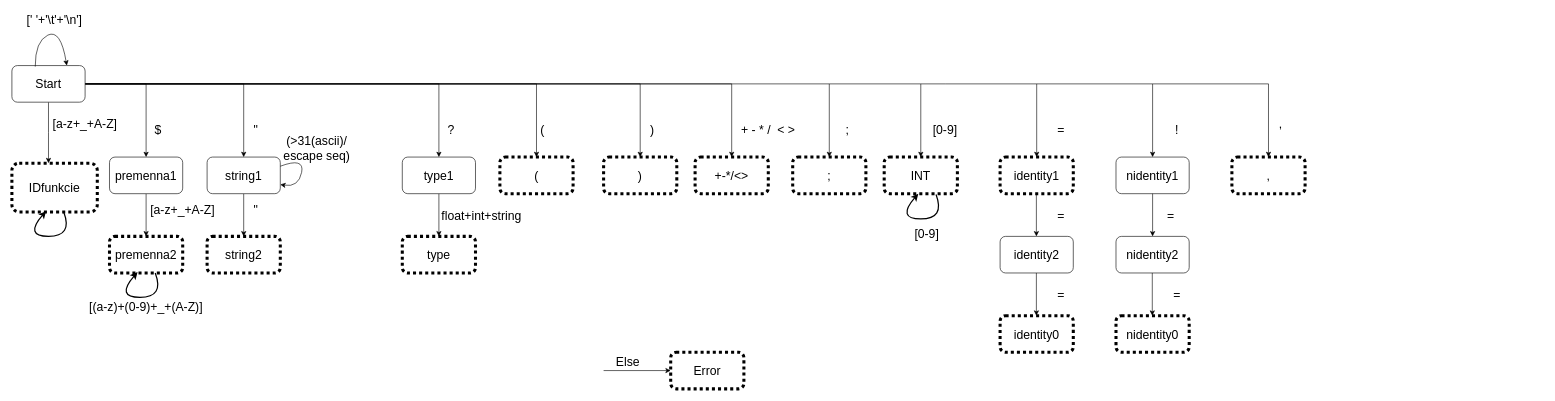
The draw.io diagram StateMachine/StateMachinev3.drawio in RatsAreNice/IFJ-2022, before the edit. Source tidied: cells renumbered, new cells numbered last; positions are measured from the earlier drawing's top-left corner, leaving out a move shared by most shapes. Both pictures are drawn from the tidied source at 61%, with x=0, y=0 at pixel (12, 10).
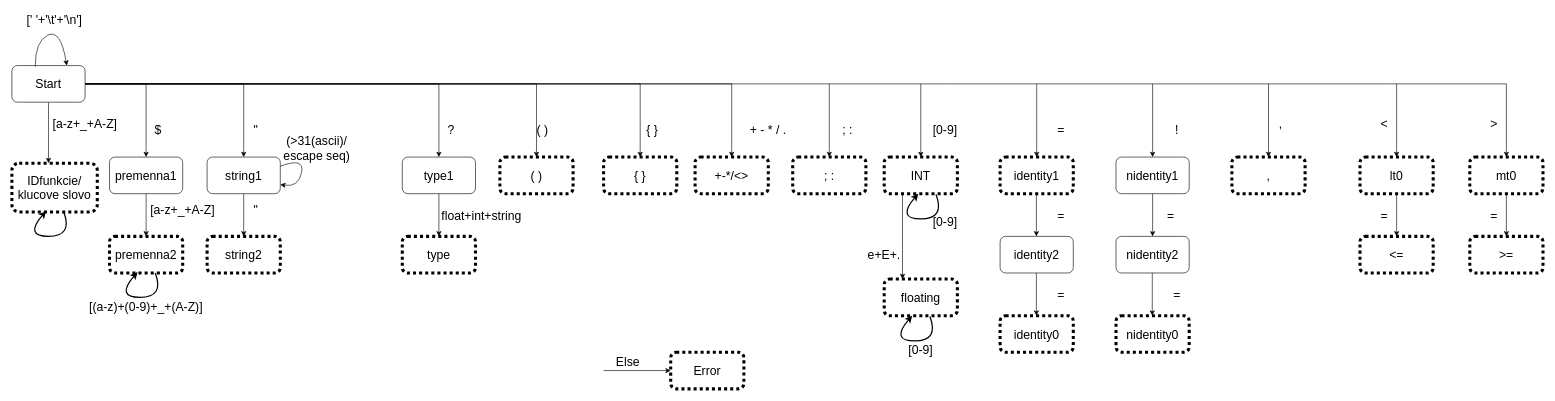
The same page after the edit.

Commit message (it also covers changes not shown here):
state machine

Unchanged cells that the change refers to:
```xml
<mxCell id="28" value="INT" style="rounded=1;whiteSpace=wrap;html=1;dashed=1;dashPattern=1 1;strokeWidth=5;fontSize=20;" parent="1" vertex="1">
  <mxGeometry x="1430" y="240" width="120" height="60" as="geometry" />
</mxCell>
```

What changed in the source:
```diff
@@
-    <mxCell id="17" value="&lt;font style=&quot;font-size: 20px;&quot;&gt;(&lt;/font&gt;" style="rounded=1;whiteSpace=wrap;html=1;strokeWidth=5;dashed=1;dashPattern=1 1;" parent="1" vertex="1">
+    <mxCell id="17" value="&lt;font style=&quot;font-size: 20px;&quot;&gt;( )&lt;/font&gt;" style="rounded=1;whiteSpace=wrap;html=1;strokeWidth=5;dashed=1;dashPattern=1 1;" parent="1" vertex="1">
       <mxGeometry x="800" y="240" width="120" height="60" as="geometry" />
     </mxCell>
-    <mxCell id="18" value="&lt;font style=&quot;font-size: 20px;&quot;&gt;)&lt;/font&gt;" style="rounded=1;whiteSpace=wrap;html=1;strokeWidth=5;dashed=1;dashPattern=1 1;" parent="1" vertex="1">
+    <mxCell id="18" value="&lt;font style=&quot;font-size: 20px;&quot;&gt;{ }&lt;/font&gt;" style="rounded=1;whiteSpace=wrap;html=1;strokeWidth=5;dashed=1;dashPattern=1 1;" parent="1" vertex="1">
       <mxGeometry x="970" y="240" width="120" height="60" as="geometry" />
     </mxCell>
@@
-    <mxCell id="20" value=";" style="rounded=1;whiteSpace=wrap;html=1;dashed=1;dashPattern=1 1;strokeWidth=5;fontSize=20;" parent="1" vertex="1">
+    <mxCell id="20" value="; :" style="rounded=1;whiteSpace=wrap;html=1;dashed=1;dashPattern=1 1;strokeWidth=5;fontSize=20;" parent="1" vertex="1">
       <mxGeometry x="1280" y="240" width="120" height="60" as="geometry" />
     </mxCell>
@@
-    <mxCell id="43" value="IDfunkcie" style="rounded=1;whiteSpace=wrap;html=1;strokeWidth=5;fontSize=20;dashed=1;dashPattern=1 1;" parent="1" vertex="1">
+    <mxCell id="43" value="&lt;div&gt;IDfunkcie/&lt;/div&gt;&lt;div&gt;klucove slovo&lt;br&gt;&lt;/div&gt;" style="rounded=1;whiteSpace=wrap;html=1;strokeWidth=5;fontSize=20;dashed=1;dashPattern=1 1;" parent="1" vertex="1">
       <mxGeometry y="250" width="140" height="80" as="geometry" />
     </mxCell>
@@
-    <mxCell id="52" value="(" style="text;html=1;strokeColor=none;fillColor=none;align=center;verticalAlign=middle;whiteSpace=wrap;rounded=0;fontSize=20;" parent="1" vertex="1">
+    <mxCell id="52" value="( )" style="text;html=1;strokeColor=none;fillColor=none;align=center;verticalAlign=middle;whiteSpace=wrap;rounded=0;fontSize=20;" parent="1" vertex="1">
       <mxGeometry x="840" y="180" width="60" height="30" as="geometry" />
     </mxCell>
-    <mxCell id="53" value=")" style="text;html=1;strokeColor=none;fillColor=none;align=center;verticalAlign=middle;whiteSpace=wrap;rounded=0;fontSize=20;" parent="1" vertex="1">
+    <mxCell id="53" value="{ }" style="text;html=1;strokeColor=none;fillColor=none;align=center;verticalAlign=middle;whiteSpace=wrap;rounded=0;fontSize=20;" parent="1" vertex="1">
       <mxGeometry x="1020" y="180" width="60" height="30" as="geometry" />
     </mxCell>
-    <mxCell id="54" value="+ - * /&amp;nbsp; &amp;lt; &amp;gt;" style="text;html=1;strokeColor=none;fillColor=none;align=center;verticalAlign=middle;whiteSpace=wrap;rounded=0;fontSize=20;" parent="1" vertex="1">
+    <mxCell id="54" value="+ - * / ." style="text;html=1;strokeColor=none;fillColor=none;align=center;verticalAlign=middle;whiteSpace=wrap;rounded=0;fontSize=20;" parent="1" vertex="1">
       <mxGeometry x="1190" y="180" width="100" height="30" as="geometry" />
     </mxCell>
-    <mxCell id="55" value=";" style="text;html=1;strokeColor=none;fillColor=none;align=center;verticalAlign=middle;whiteSpace=wrap;rounded=0;fontSize=20;" parent="1" vertex="1">
+    <mxCell id="55" value="; :" style="text;html=1;strokeColor=none;fillColor=none;align=center;verticalAlign=middle;whiteSpace=wrap;rounded=0;fontSize=20;" parent="1" vertex="1">
       <mxGeometry x="1340" y="180" width="60" height="30" as="geometry" />
     </mxCell>
@@
     <mxCell id="65" value="[0-9]" style="text;html=1;strokeColor=none;fillColor=none;align=center;verticalAlign=middle;whiteSpace=wrap;rounded=0;fontSize=20;" parent="1" vertex="1">
-      <mxGeometry x="1470" y="350" width="60" height="30" as="geometry" />
+      <mxGeometry x="1500" y="330" width="60" height="30" as="geometry" />
     </mxCell>
@@
+    <mxCell id="73" style="endArrow=classic;html=1;rounded=0;exitX=0.25;exitY=1;exitDx=0;exitDy=0;" parent="1" edge="1" source="28">
+      <mxGeometry relative="1" as="geometry">
+        <mxPoint x="1460" y="440" as="targetPoint" />
+      </mxGeometry>
+    </mxCell>
+    <mxCell id="74" value="e+E+." style="text;html=1;strokeColor=none;fillColor=none;align=center;verticalAlign=middle;whiteSpace=wrap;rounded=0;fontSize=20;" parent="1" vertex="1">
+      <mxGeometry x="1390" y="385" width="80" height="30" as="geometry" />
+    </mxCell>
+    <mxCell id="75" value="floating" style="rounded=1;whiteSpace=wrap;html=1;dashed=1;dashPattern=1 1;strokeWidth=5;fontSize=20;" parent="1" vertex="1">
+      <mxGeometry x="1430" y="440" width="120" height="60" as="geometry" />
+    </mxCell>
+    <mxCell id="76" value="[0-9]" style="text;html=1;strokeColor=none;fillColor=none;align=center;verticalAlign=middle;whiteSpace=wrap;rounded=0;fontSize=20;" parent="1" vertex="1">
+      <mxGeometry x="1460" y="540" width="60" height="30" as="geometry" />
+    </mxCell>
+    <mxCell id="77" style="curved=1;endArrow=classic;html=1;rounded=0;fontSize=20;entryX=0.4;entryY=0.983;entryDx=0;entryDy=0;entryPerimeter=0;strokeWidth=2;" parent="1" edge="1">
+      <mxGeometry relative="1" as="geometry">
+        <mxPoint x="1505" y="501.4" as="sourcePoint" />
+        <mxPoint x="1476" y="500" as="targetPoint" />
+        <Array as="points">
+          <mxPoint x="1520" y="541.4" />
+          <mxPoint x="1440" y="541.4" />
+        </Array>
+      </mxGeometry>
+    </mxCell>
+    <mxCell id="78" value="&amp;lt;" style="text;html=1;strokeColor=none;fillColor=none;align=center;verticalAlign=middle;whiteSpace=wrap;rounded=0;fontSize=20;" parent="1" vertex="1">
+      <mxGeometry x="2220" y="170" width="60" height="30" as="geometry" />
+    </mxCell>
+    <mxCell id="79" value="lt0" style="rounded=1;whiteSpace=wrap;html=1;dashed=1;dashPattern=1 1;strokeWidth=5;fontSize=20;" parent="1" vertex="1">
+      <mxGeometry x="2210" y="240" width="120" height="60" as="geometry" />
+    </mxCell>
+    <mxCell id="80" value="&amp;lt;=" style="rounded=1;whiteSpace=wrap;html=1;dashed=1;dashPattern=1 1;strokeWidth=5;fontSize=20;" parent="1" vertex="1">
+      <mxGeometry x="2210" y="370" width="120" height="60" as="geometry" />
+    </mxCell>
+    <mxCell id="81" style="endArrow=classic;html=1;rounded=0;exitX=0.5;exitY=1;exitDx=0;exitDy=0;" parent="1" edge="1" source="79">
+      <mxGeometry relative="1" as="geometry">
+        <mxPoint x="2270" y="370" as="targetPoint" />
+      </mxGeometry>
+    </mxCell>
+    <mxCell id="82" value="=" style="text;html=1;strokeColor=none;fillColor=none;align=center;verticalAlign=middle;whiteSpace=wrap;rounded=0;fontSize=20;" parent="1" vertex="1">
+      <mxGeometry x="2220" y="320" width="60" height="30" as="geometry" />
+    </mxCell>
+    <mxCell id="83" style="endArrow=classic;html=1;rounded=0;" parent="1" edge="1">
+      <mxGeometry relative="1" as="geometry">
+        <mxPoint x="2260" y="120" as="sourcePoint" />
+        <mxPoint x="2450" y="240" as="targetPoint" />
+        <Array as="points">
+          <mxPoint x="2450" y="120" />
+        </Array>
+      </mxGeometry>
+    </mxCell>
+    <mxCell id="84" value="&amp;gt;" style="text;html=1;strokeColor=none;fillColor=none;align=center;verticalAlign=middle;whiteSpace=wrap;rounded=0;fontSize=20;" parent="1" vertex="1">
+      <mxGeometry x="2400" y="170" width="60" height="30" as="geometry" />
+    </mxCell>
+    <mxCell id="85" value="mt0" style="rounded=1;whiteSpace=wrap;html=1;dashed=1;dashPattern=1 1;strokeWidth=5;fontSize=20;" parent="1" vertex="1">
+      <mxGeometry x="2390" y="240" width="120" height="60" as="geometry" />
+    </mxCell>
+    <mxCell id="86" value="&amp;gt;=" style="rounded=1;whiteSpace=wrap;html=1;dashed=1;dashPattern=1 1;strokeWidth=5;fontSize=20;" parent="1" vertex="1">
+      <mxGeometry x="2390" y="370" width="120" height="60" as="geometry" />
+    </mxCell>
+    <mxCell id="87" style="endArrow=classic;html=1;rounded=0;exitX=0.5;exitY=1;exitDx=0;exitDy=0;" parent="1" edge="1" source="85">
+      <mxGeometry relative="1" as="geometry">
+        <mxPoint x="2450" y="370" as="targetPoint" />
+      </mxGeometry>
+    </mxCell>
+    <mxCell id="88" value="=" style="text;html=1;strokeColor=none;fillColor=none;align=center;verticalAlign=middle;whiteSpace=wrap;rounded=0;fontSize=20;" parent="1" vertex="1">
+      <mxGeometry x="2400" y="320" width="60" height="30" as="geometry" />
+    </mxCell>
+    <mxCell id="89" style="endArrow=none;html=1;rounded=0;fontSize=20;" parent="1" edge="1">
+      <mxGeometry relative="1" as="geometry">
+        <mxPoint x="2060" y="120" as="sourcePoint" />
+        <mxPoint x="2260" y="120" as="targetPoint" />
+      </mxGeometry>
+    </mxCell>
+    <mxCell id="90" style="endArrow=classic;html=1;rounded=0;fontSize=20;entryX=0.5;entryY=0;entryDx=0;entryDy=0;" parent="1" edge="1" target="79">
+      <mxGeometry relative="1" as="geometry">
+        <mxPoint x="2270" y="120" as="sourcePoint" />
+      </mxGeometry>
+    </mxCell>
```
